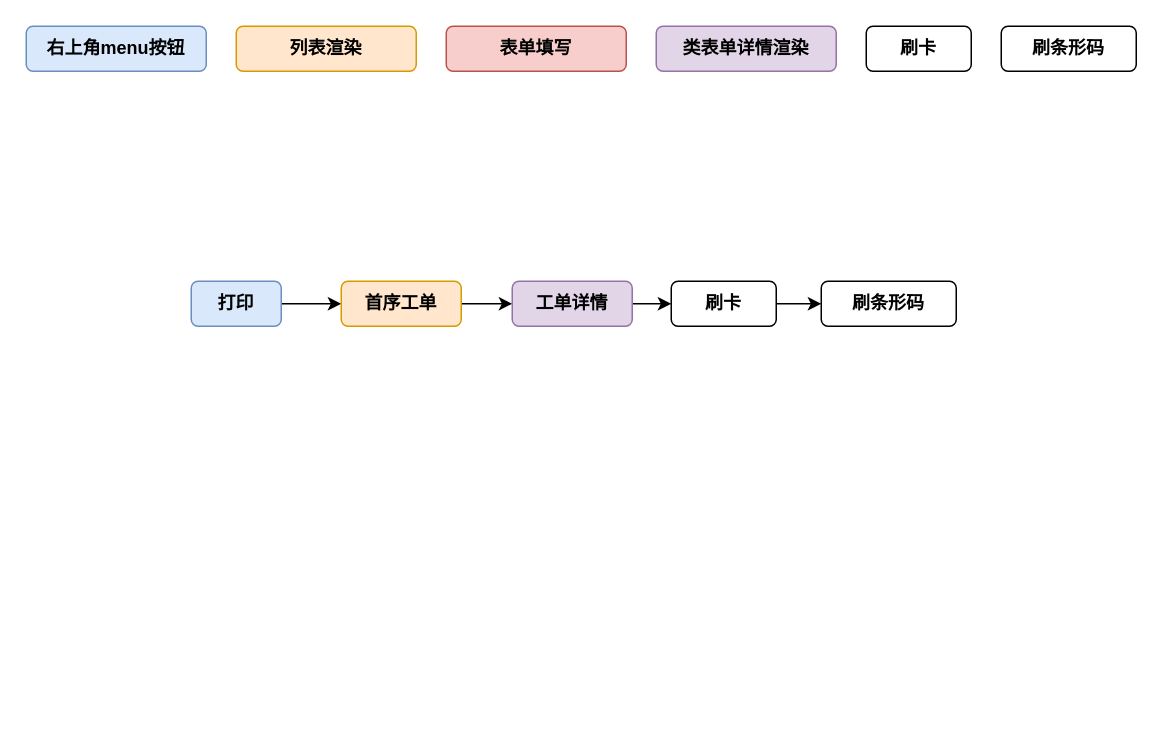
Above: Untitled Diagram.drawio in RuGxxx/Rug_home_Django (draw.io), before the change. Source tidied: cells renumbered, new cells numbered last; positions are measured from the earlier drawing's top-left corner, leaving out a move shared by most shapes. Both pictures are drawn from the tidied source at 150%, with x=0, y=0 at pixel (26, 26).
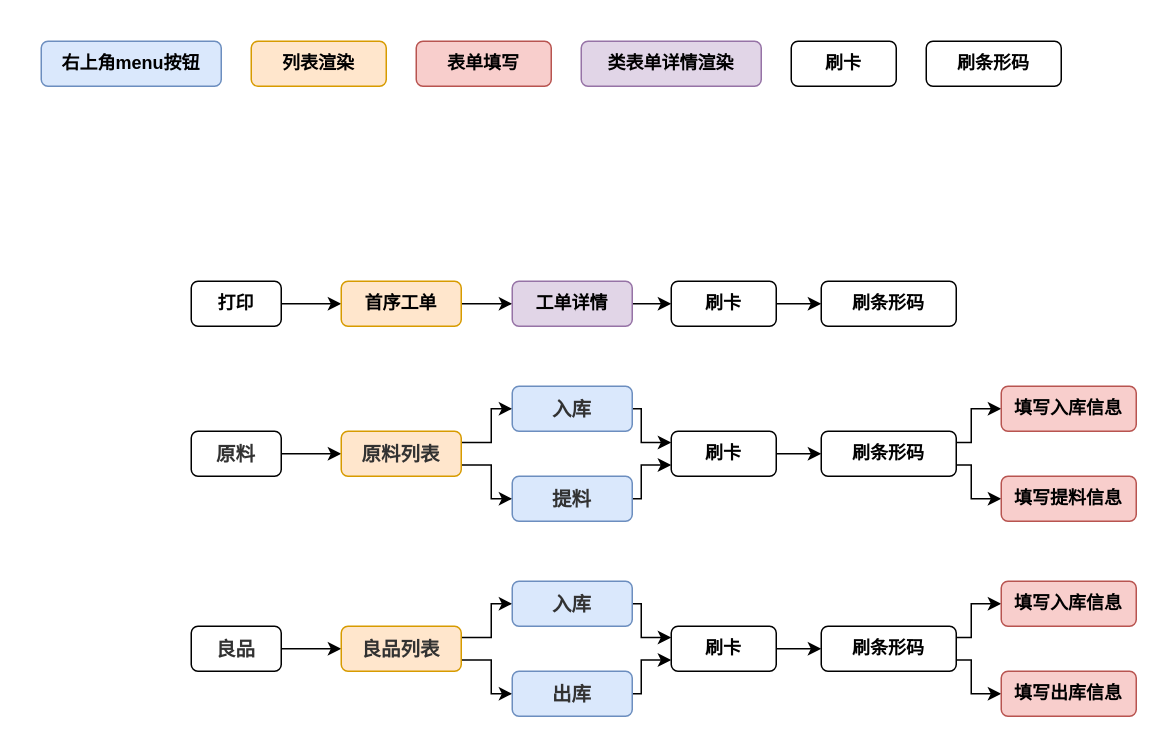
After the change.

What changed in the source:
```diff
@@
     <mxCell id="2" value="右上角menu按钮" style="rounded=1;whiteSpace=wrap;html=1;strokeColor=#6c8ebf;fillColor=#dae8fc;labelBackgroundColor=none;fontStyle=1;" parent="1" vertex="1">
-      <mxGeometry width="120" height="30" as="geometry" />
+      <mxGeometry x="10" y="10" width="120" height="30" as="geometry" />
     </mxCell>
     <mxCell id="3" value="列表渲染" style="rounded=1;whiteSpace=wrap;html=1;strokeColor=#d79b00;fillColor=#ffe6cc;labelBackgroundColor=none;fontStyle=1;" parent="1" vertex="1">
-      <mxGeometry x="140" width="120" height="30" as="geometry" />
+      <mxGeometry x="150" y="10" width="90" height="30" as="geometry" />
     </mxCell>
     <mxCell id="4" value="表单填写" style="rounded=1;whiteSpace=wrap;html=1;strokeColor=#b85450;fillColor=#f8cecc;labelBackgroundColor=none;fontStyle=1;" parent="1" vertex="1">
-      <mxGeometry x="280" width="120" height="30" as="geometry" />
+      <mxGeometry x="260" y="10" width="90" height="30" as="geometry" />
     </mxCell>
     <mxCell id="5" value="类表单详情渲染" style="rounded=1;whiteSpace=wrap;html=1;strokeColor=#9673a6;fillColor=#e1d5e7;labelBackgroundColor=none;fontStyle=1;" parent="1" vertex="1">
-      <mxGeometry x="420" width="120" height="30" as="geometry" />
+      <mxGeometry x="370" y="10" width="120" height="30" as="geometry" />
     </mxCell>
     <mxCell id="6" value="刷条形码" style="rounded=1;whiteSpace=wrap;html=1;labelBackgroundColor=none;fontStyle=1;" parent="1" vertex="1">
-      <mxGeometry x="650" width="90" height="30" as="geometry" />
+      <mxGeometry x="600" y="10" width="90" height="30" as="geometry" />
     </mxCell>
@@
-    <mxCell id="8" value="打印" style="rounded=1;whiteSpace=wrap;html=1;strokeColor=#6c8ebf;fillColor=#dae8fc;labelBackgroundColor=none;fontStyle=1;" parent="1" vertex="1">
+    <mxCell id="8" value="打印" style="rounded=1;whiteSpace=wrap;html=1;labelBackgroundColor=none;fontStyle=1;" parent="1" vertex="1">
       <mxGeometry x="110" y="170" width="60" height="30" as="geometry" />
     </mxCell>
@@
     <mxCell id="15" value="刷卡" style="rounded=1;whiteSpace=wrap;html=1;labelBackgroundColor=none;fontStyle=1;" parent="1" vertex="1">
-      <mxGeometry x="560" width="70" height="30" as="geometry" />
+      <mxGeometry x="510" y="10" width="70" height="30" as="geometry" />
     </mxCell>
@@
+    <mxCell id="17" style="edgeStyle=orthogonalEdgeStyle;rounded=0;jettySize=auto;html=1;exitX=1;exitY=0.5;exitDx=0;exitDy=0;fontColor=#FFFFFF;" parent="1" edge="1" source="18" target="21">
+      <mxGeometry relative="1" as="geometry" />
+    </mxCell>
+    <mxCell id="18" value="&lt;span style=&quot;color: rgb(50, 50, 50); font-size: 13px; background-color: rgba(255, 255, 255, 0.01);&quot;&gt;原料&lt;/span&gt;" style="rounded=1;whiteSpace=wrap;html=1;labelBackgroundColor=none;fontStyle=1;" parent="1" vertex="1">
+      <mxGeometry x="110" y="270" width="60" height="30" as="geometry" />
+    </mxCell>
+    <mxCell id="19" style="edgeStyle=orthogonalEdgeStyle;rounded=0;jettySize=auto;html=1;exitX=1;exitY=0.25;exitDx=0;exitDy=0;entryX=0;entryY=0.5;entryDx=0;entryDy=0;fontColor=#FFFFFF;" parent="1" edge="1" source="21" target="28">
+      <mxGeometry relative="1" as="geometry" />
+    </mxCell>
+    <mxCell id="20" style="edgeStyle=orthogonalEdgeStyle;rounded=0;jettySize=auto;html=1;exitX=1;exitY=0.75;exitDx=0;exitDy=0;fontColor=#FFFFFF;" parent="1" edge="1" source="21" target="30">
+      <mxGeometry relative="1" as="geometry" />
+    </mxCell>
+    <mxCell id="21" value="&lt;font color=&quot;#323232&quot;&gt;&lt;span style=&quot;font-size: 13px ; background-color: rgba(255 , 255 , 255 , 0.01)&quot;&gt;原料列表&lt;/span&gt;&lt;/font&gt;" style="rounded=1;whiteSpace=wrap;html=1;strokeColor=#d79b00;fillColor=#ffe6cc;labelBackgroundColor=none;fontStyle=1;" parent="1" vertex="1">
+      <mxGeometry x="210" y="270" width="80" height="30" as="geometry" />
+    </mxCell>
+    <mxCell id="22" style="edgeStyle=orthogonalEdgeStyle;rounded=0;jettySize=auto;html=1;exitX=1;exitY=0.5;exitDx=0;exitDy=0;entryX=0;entryY=0.5;entryDx=0;entryDy=0;fontColor=#FFFFFF;" parent="1" edge="1" source="23" target="26">
+      <mxGeometry relative="1" as="geometry" />
+    </mxCell>
+    <mxCell id="23" value="刷卡" style="rounded=1;whiteSpace=wrap;html=1;labelBackgroundColor=none;fontStyle=1;" parent="1" vertex="1">
+      <mxGeometry x="430" y="270" width="70" height="30" as="geometry" />
+    </mxCell>
+    <mxCell id="24" style="edgeStyle=orthogonalEdgeStyle;rounded=0;jettySize=auto;html=1;exitX=1;exitY=0.25;exitDx=0;exitDy=0;entryX=0;entryY=0.5;entryDx=0;entryDy=0;fontColor=#FFFFFF;" parent="1" edge="1" source="26" target="31">
+      <mxGeometry relative="1" as="geometry">
+        <Array as="points">
+          <mxPoint x="630" y="278" />
+          <mxPoint x="630" y="255" />
+        </Array>
+      </mxGeometry>
+    </mxCell>
+    <mxCell id="25" style="edgeStyle=orthogonalEdgeStyle;rounded=0;jettySize=auto;html=1;exitX=1;exitY=0.75;exitDx=0;exitDy=0;fontColor=#FFFFFF;" parent="1" edge="1" source="26" target="32">
+      <mxGeometry relative="1" as="geometry">
+        <Array as="points">
+          <mxPoint x="630" y="293" />
+          <mxPoint x="630" y="315" />
+        </Array>
+      </mxGeometry>
+    </mxCell>
+    <mxCell id="26" value="刷条形码" style="rounded=1;whiteSpace=wrap;html=1;labelBackgroundColor=none;fontStyle=1;" parent="1" vertex="1">
+      <mxGeometry x="530" y="270" width="90" height="30" as="geometry" />
+    </mxCell>
+    <mxCell id="27" style="edgeStyle=orthogonalEdgeStyle;rounded=0;jettySize=auto;html=1;exitX=1;exitY=0.5;exitDx=0;exitDy=0;entryX=0;entryY=0.25;entryDx=0;entryDy=0;fontColor=#FFFFFF;" parent="1" edge="1" source="28" target="23">
+      <mxGeometry relative="1" as="geometry">
+        <Array as="points">
+          <mxPoint x="410" y="255" />
+          <mxPoint x="410" y="277" />
+        </Array>
+      </mxGeometry>
+    </mxCell>
+    <mxCell id="28" value="&lt;font color=&quot;#323232&quot;&gt;&lt;span style=&quot;font-size: 13px ; background-color: rgba(255 , 255 , 255 , 0.01)&quot;&gt;入库&lt;/span&gt;&lt;/font&gt;" style="rounded=1;whiteSpace=wrap;html=1;strokeColor=#6c8ebf;fillColor=#dae8fc;labelBackgroundColor=none;fontStyle=1;" parent="1" vertex="1">
+      <mxGeometry x="324" y="240" width="80" height="30" as="geometry" />
+    </mxCell>
+    <mxCell id="29" style="edgeStyle=orthogonalEdgeStyle;rounded=0;jettySize=auto;html=1;exitX=1;exitY=0.5;exitDx=0;exitDy=0;entryX=0;entryY=0.75;entryDx=0;entryDy=0;fontColor=#FFFFFF;" parent="1" edge="1" source="30" target="23">
+      <mxGeometry relative="1" as="geometry">
+        <Array as="points">
+          <mxPoint x="410" y="315" />
+          <mxPoint x="410" y="292" />
+        </Array>
+      </mxGeometry>
+    </mxCell>
+    <mxCell id="30" value="&lt;font color=&quot;#323232&quot;&gt;&lt;span style=&quot;font-size: 13px ; background-color: rgba(255 , 255 , 255 , 0.01)&quot;&gt;提料&lt;/span&gt;&lt;/font&gt;" style="rounded=1;whiteSpace=wrap;html=1;strokeColor=#6c8ebf;fillColor=#dae8fc;labelBackgroundColor=none;fontStyle=1;" parent="1" vertex="1">
+      <mxGeometry x="324" y="300" width="80" height="30" as="geometry" />
+    </mxCell>
+    <mxCell id="31" value="填写入库信息" style="rounded=1;whiteSpace=wrap;html=1;strokeColor=#b85450;fillColor=#f8cecc;labelBackgroundColor=none;fontStyle=1;" parent="1" vertex="1">
+      <mxGeometry x="650" y="240" width="90" height="30" as="geometry" />
+    </mxCell>
+    <mxCell id="32" value="填写提料信息" style="rounded=1;whiteSpace=wrap;html=1;strokeColor=#b85450;fillColor=#f8cecc;labelBackgroundColor=none;fontStyle=1;" parent="1" vertex="1">
+      <mxGeometry x="650" y="300" width="90" height="30" as="geometry" />
+    </mxCell>
+    <mxCell id="33" style="edgeStyle=orthogonalEdgeStyle;rounded=0;jettySize=auto;html=1;exitX=1;exitY=0.5;exitDx=0;exitDy=0;fontColor=#FFFFFF;" parent="1" edge="1" source="34" target="37">
+      <mxGeometry relative="1" as="geometry" />
+    </mxCell>
+    <mxCell id="34" value="&lt;font color=&quot;#323232&quot;&gt;&lt;span style=&quot;font-size: 13px ; background-color: rgba(255 , 255 , 255 , 0.01)&quot;&gt;良品&lt;/span&gt;&lt;/font&gt;" style="rounded=1;whiteSpace=wrap;html=1;labelBackgroundColor=none;fontStyle=1;" parent="1" vertex="1">
+      <mxGeometry x="110" y="400" width="60" height="30" as="geometry" />
+    </mxCell>
+    <mxCell id="35" style="edgeStyle=orthogonalEdgeStyle;rounded=0;jettySize=auto;html=1;exitX=1;exitY=0.25;exitDx=0;exitDy=0;entryX=0;entryY=0.5;entryDx=0;entryDy=0;fontColor=#FFFFFF;" parent="1" edge="1" source="37" target="44">
+      <mxGeometry relative="1" as="geometry" />
+    </mxCell>
+    <mxCell id="36" style="edgeStyle=orthogonalEdgeStyle;rounded=0;jettySize=auto;html=1;exitX=1;exitY=0.75;exitDx=0;exitDy=0;fontColor=#FFFFFF;" parent="1" edge="1" source="37" target="46">
+      <mxGeometry relative="1" as="geometry" />
+    </mxCell>
+    <mxCell id="37" value="&lt;font color=&quot;#323232&quot;&gt;&lt;span style=&quot;font-size: 13px ; background-color: rgba(255 , 255 , 255 , 0.01)&quot;&gt;良品列表&lt;/span&gt;&lt;/font&gt;" style="rounded=1;whiteSpace=wrap;html=1;strokeColor=#d79b00;fillColor=#ffe6cc;labelBackgroundColor=none;fontStyle=1;" parent="1" vertex="1">
+      <mxGeometry x="210" y="400" width="80" height="30" as="geometry" />
+    </mxCell>
+    <mxCell id="38" style="edgeStyle=orthogonalEdgeStyle;rounded=0;jettySize=auto;html=1;exitX=1;exitY=0.5;exitDx=0;exitDy=0;entryX=0;entryY=0.5;entryDx=0;entryDy=0;fontColor=#FFFFFF;" parent="1" edge="1" source="39" target="42">
+      <mxGeometry relative="1" as="geometry" />
+    </mxCell>
+    <mxCell id="39" value="刷卡" style="rounded=1;whiteSpace=wrap;html=1;labelBackgroundColor=none;fontStyle=1;" parent="1" vertex="1">
+      <mxGeometry x="430" y="400" width="70" height="30" as="geometry" />
+    </mxCell>
+    <mxCell id="40" style="edgeStyle=orthogonalEdgeStyle;rounded=0;jettySize=auto;html=1;exitX=1;exitY=0.25;exitDx=0;exitDy=0;entryX=0;entryY=0.5;entryDx=0;entryDy=0;fontColor=#FFFFFF;" parent="1" edge="1" source="42" target="47">
+      <mxGeometry relative="1" as="geometry">
+        <Array as="points">
+          <mxPoint x="630" y="408" />
+          <mxPoint x="630" y="385" />
+        </Array>
+      </mxGeometry>
+    </mxCell>
+    <mxCell id="41" style="edgeStyle=orthogonalEdgeStyle;rounded=0;jettySize=auto;html=1;exitX=1;exitY=0.75;exitDx=0;exitDy=0;fontColor=#FFFFFF;" parent="1" edge="1" source="42" target="48">
+      <mxGeometry relative="1" as="geometry">
+        <Array as="points">
+          <mxPoint x="630" y="423" />
+          <mxPoint x="630" y="445" />
+        </Array>
+      </mxGeometry>
+    </mxCell>
+    <mxCell id="42" value="刷条形码" style="rounded=1;whiteSpace=wrap;html=1;labelBackgroundColor=none;fontStyle=1;" parent="1" vertex="1">
+      <mxGeometry x="530" y="400" width="90" height="30" as="geometry" />
+    </mxCell>
+    <mxCell id="43" style="edgeStyle=orthogonalEdgeStyle;rounded=0;jettySize=auto;html=1;exitX=1;exitY=0.5;exitDx=0;exitDy=0;entryX=0;entryY=0.25;entryDx=0;entryDy=0;fontColor=#FFFFFF;" parent="1" edge="1" source="44" target="39">
+      <mxGeometry relative="1" as="geometry">
+        <Array as="points">
+          <mxPoint x="410" y="385" />
+          <mxPoint x="410" y="407" />
+        </Array>
+      </mxGeometry>
+    </mxCell>
+    <mxCell id="44" value="&lt;font color=&quot;#323232&quot;&gt;&lt;span style=&quot;font-size: 13px ; background-color: rgba(255 , 255 , 255 , 0.01)&quot;&gt;入库&lt;/span&gt;&lt;/font&gt;" style="rounded=1;whiteSpace=wrap;html=1;strokeColor=#6c8ebf;fillColor=#dae8fc;labelBackgroundColor=none;fontStyle=1;" parent="1" vertex="1">
+      <mxGeometry x="324" y="370" width="80" height="30" as="geometry" />
+    </mxCell>
+    <mxCell id="45" style="edgeStyle=orthogonalEdgeStyle;rounded=0;jettySize=auto;html=1;exitX=1;exitY=0.5;exitDx=0;exitDy=0;entryX=0;entryY=0.75;entryDx=0;entryDy=0;fontColor=#FFFFFF;" parent="1" edge="1" source="46" target="39">
+      <mxGeometry relative="1" as="geometry">
+        <Array as="points">
+          <mxPoint x="410" y="445" />
+          <mxPoint x="410" y="422" />
+        </Array>
+      </mxGeometry>
+    </mxCell>
+    <mxCell id="46" value="&lt;font color=&quot;#323232&quot;&gt;&lt;span style=&quot;font-size: 13px ; background-color: rgba(255 , 255 , 255 , 0.01)&quot;&gt;出库&lt;/span&gt;&lt;/font&gt;" style="rounded=1;whiteSpace=wrap;html=1;strokeColor=#6c8ebf;fillColor=#dae8fc;labelBackgroundColor=none;fontStyle=1;" parent="1" vertex="1">
+      <mxGeometry x="324" y="430" width="80" height="30" as="geometry" />
+    </mxCell>
+    <mxCell id="47" value="填写入库信息" style="rounded=1;whiteSpace=wrap;html=1;strokeColor=#b85450;fillColor=#f8cecc;labelBackgroundColor=none;fontStyle=1;" parent="1" vertex="1">
+      <mxGeometry x="650" y="370" width="90" height="30" as="geometry" />
+    </mxCell>
+    <mxCell id="48" value="填写出库信息" style="rounded=1;whiteSpace=wrap;html=1;strokeColor=#b85450;fillColor=#f8cecc;labelBackgroundColor=none;fontStyle=1;" parent="1" vertex="1">
+      <mxGeometry x="650" y="430" width="90" height="30" as="geometry" />
+    </mxCell>
```
